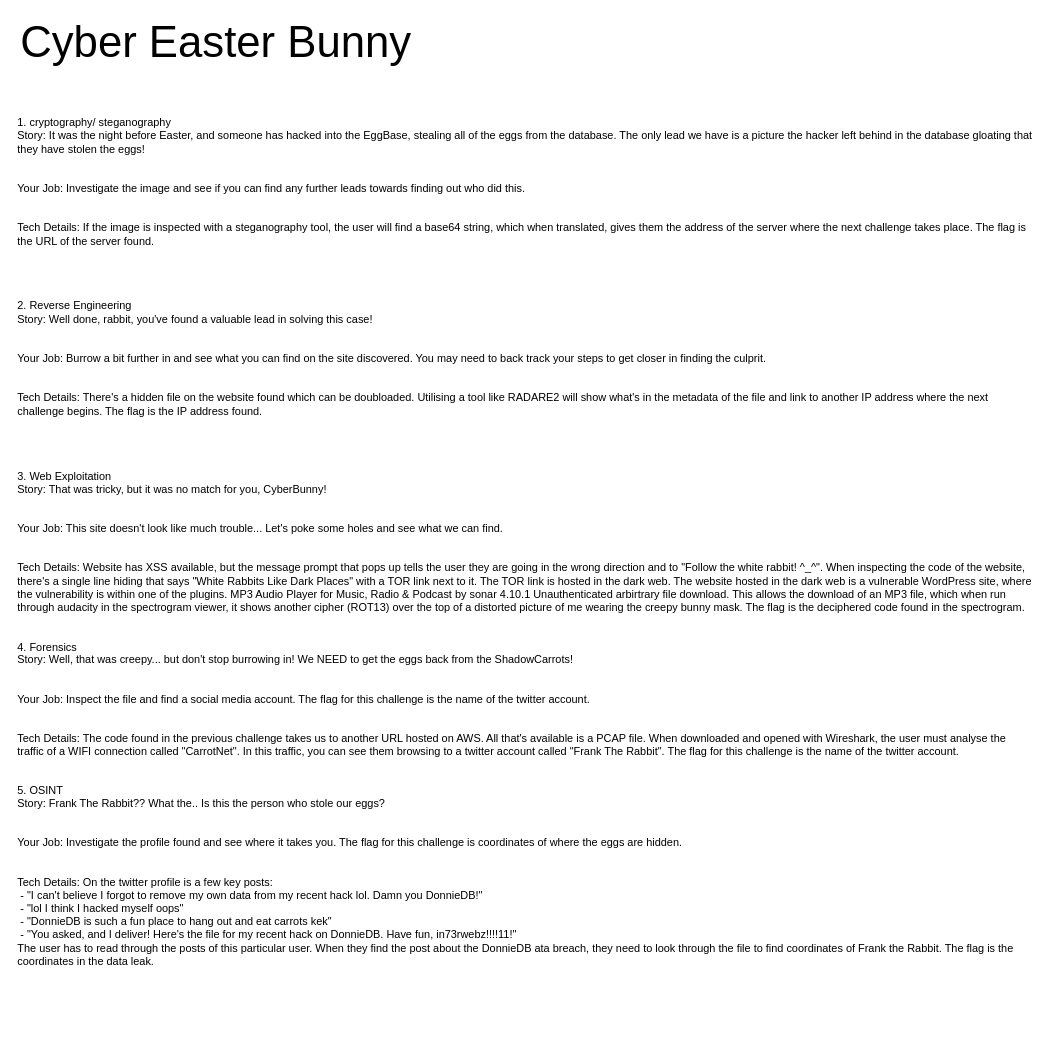
frujujuice/CTFs keeps this draw.io diagram as Cyber Easter Bunny.drawio. Above is the earlier version. Source tidied: cells renumbered, new cells numbered last; positions are measured from the earlier drawing's top-left corner, leaving out a move shared by most shapes. Both pictures are drawn from the tidied source at 91%, with x=0, y=0 at pixel (15, 28).
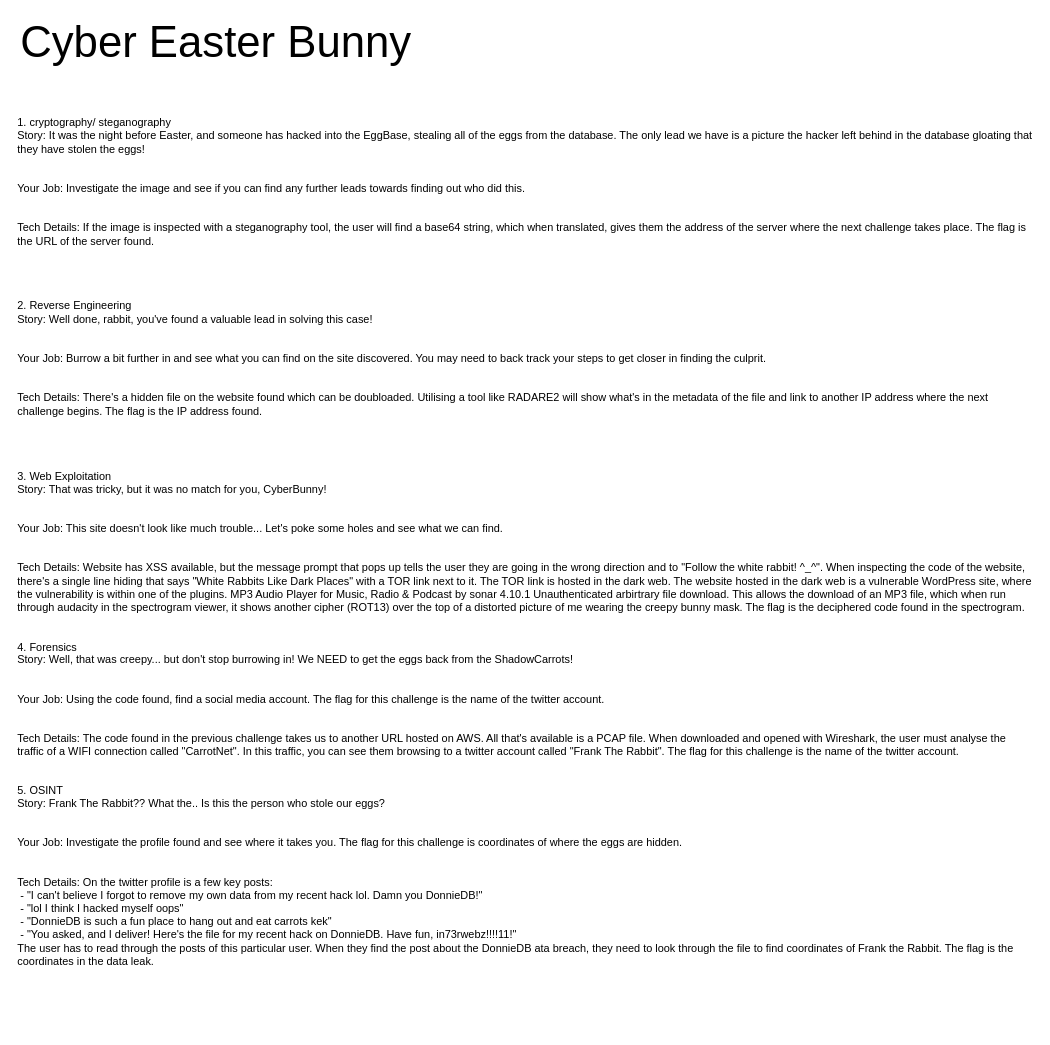
The same page after the edit.

What changed in the source:
```diff
@@
 <mxGraphModel>
   <root>
     <mxCell id="0" />
     <mxCell id="1" parent="0" />
-    <mxCell id="2" value="1. cryptography/ steganography&#10;Story: It was the night before Easter, and someone has hacked into the EggBase, stealing all of the eggs from the database. The only lead we have is a picture the hacker left behind in the database gloating that they have stolen the eggs!&#10;&#10;&#10;Your Job: Investigate the image and see if you can find any further leads towards finding out who did this.&#10;&#10;&#10;Tech Details: If the image is inspected with a steganography tool, the user will find a base64 string, which when translated, gives them the address of the server where the next challenge takes place. The flag is the URL of the server found.&#10;&#10;&#10;&#10;&#10;2. Reverse Engineering&#10;Story: Well done, rabbit, you've found a valuable lead in solving this case!&#10;&#10;&#10;Your Job: Burrow a bit further in and see what you can find on the site discovered. You may need to back track your steps to get closer in finding the culprit.&#10;&#10;&#10;Tech Details: There's a hidden file on the website found which can be doubloaded. Utilising a tool like RADARE2 will show what's in the metadata of the file and link to another IP address where the next challenge begins. The flag is the IP address found.&#10;&#10;&#10;&#10;&#10;3. Web Exploitation&#10;Story: That was tricky, but it was no match for you, CyberBunny!&#10;&#10;&#10;Your Job: This site doesn't look like much trouble... Let's poke some holes and see what we can find.&#10;&#10;&#10;Tech Details: Website has XSS available, but the message prompt that pops up tells the user they are going in the wrong direction and to &quot;Follow the white rabbit! ^_^&quot;. When inspecting the code of the website, there's a single line hiding that says &quot;White Rabbits Like Dark Places&quot; with a TOR link next to it. The TOR link is hosted in the dark web. The website hosted in the dark web is a vulnerable WordPress site, where the vulnerability is within one of the plugins. MP3 Audio Player for Music, Radio &amp; Podcast by sonar 4.10.1 Unauthenticated arbirtrary file download. This allows the download of an MP3 file, which when run through audacity in the spectrogram viewer, it shows another cipher (ROT13) over the top of a distorted picture of me wearing the creepy bunny mask. The flag is the deciphered code found in the spectrogram.&#10;&#10;&#10;4. Forensics&#10;Story: Well, that was creepy... but don't stop burrowing in! We NEED to get the eggs back from the ShadowCarrots!&#10;&#10;&#10;Your Job: Inspect the file and find a social media account. The flag for this challenge is the name of the twitter account.&#10;&#10;&#10;Tech Details: The code found in the previous challenge takes us to another URL hosted on AWS. All that's available is a PCAP file. When downloaded and opened with Wireshark, the user must analyse the traffic of a WIFI connection called &quot;CarrotNet&quot;. In this traffic, you can see them browsing to a twitter account called &quot;Frank The Rabbit&quot;. The flag for this challenge is the name of the twitter account.&#10;&#10;&#10;5. OSINT&#10;Story: Frank The Rabbit?? What the.. Is this the person who stole our eggs?&#10;&#10;&#10;Your Job: Investigate the profile found and see where it takes you. The flag for this challenge is coordinates of where the eggs are hidden.&#10;&#10;&#10;Tech Details: On the twitter profile is a few key posts:&#10; - &quot;I can't believe I forgot to remove my own data from my recent hack lol. Damn you DonnieDB!&quot;&#10; - &quot;lol I think I hacked myself oops&quot;&#10; - &quot;DonnieDB is such a fun place to hang out and eat carrots kek&quot;&#10; - &quot;You asked, and I deliver! Here's the file for my recent hack on DonnieDB. Have fun, in73rwebz!!!!11!&quot;&#10;The user has to read through the posts of this particular user. When they find the post about the DonnieDB ata breach, they need to look through the file to find coordinates of Frank the Rabbit. The flag is the coordinates in the data leak." style="text;whiteSpace=wrap;" parent="1" vertex="1">
+    <mxCell id="2" value="1. cryptography/ steganography&#10;Story: It was the night before Easter, and someone has hacked into the EggBase, stealing all of the eggs from the database. The only lead we have is a picture the hacker left behind in the database gloating that they have stolen the eggs!&#10;&#10;&#10;Your Job: Investigate the image and see if you can find any further leads towards finding out who did this.&#10;&#10;&#10;Tech Details: If the image is inspected with a steganography tool, the user will find a base64 string, which when translated, gives them the address of the server where the next challenge takes place. The flag is the URL of the server found.&#10;&#10;&#10;&#10;&#10;2. Reverse Engineering&#10;Story: Well done, rabbit, you've found a valuable lead in solving this case!&#10;&#10;&#10;Your Job: Burrow a bit further in and see what you can find on the site discovered. You may need to back track your steps to get closer in finding the culprit.&#10;&#10;&#10;Tech Details: There's a hidden file on the website found which can be doubloaded. Utilising a tool like RADARE2 will show what's in the metadata of the file and link to another IP address where the next challenge begins. The flag is the IP address found.&#10;&#10;&#10;&#10;&#10;3. Web Exploitation&#10;Story: That was tricky, but it was no match for you, CyberBunny!&#10;&#10;&#10;Your Job: This site doesn't look like much trouble... Let's poke some holes and see what we can find.&#10;&#10;&#10;Tech Details: Website has XSS available, but the message prompt that pops up tells the user they are going in the wrong direction and to &quot;Follow the white rabbit! ^_^&quot;. When inspecting the code of the website, there's a single line hiding that says &quot;White Rabbits Like Dark Places&quot; with a TOR link next to it. The TOR link is hosted in the dark web. The website hosted in the dark web is a vulnerable WordPress site, where the vulnerability is within one of the plugins. MP3 Audio Player for Music, Radio &amp; Podcast by sonar 4.10.1 Unauthenticated arbirtrary file download. This allows the download of an MP3 file, which when run through audacity in the spectrogram viewer, it shows another cipher (ROT13) over the top of a distorted picture of me wearing the creepy bunny mask. The flag is the deciphered code found in the spectrogram.&#10;&#10;&#10;4. Forensics&#10;Story: Well, that was creepy... but don't stop burrowing in! We NEED to get the eggs back from the ShadowCarrots!&#10;&#10;&#10;Your Job: Using the code found, find a social media account. The flag for this challenge is the name of the twitter account.&#10;&#10;&#10;Tech Details: The code found in the previous challenge takes us to another URL hosted on AWS. All that's available is a PCAP file. When downloaded and opened with Wireshark, the user must analyse the traffic of a WIFI connection called &quot;CarrotNet&quot;. In this traffic, you can see them browsing to a twitter account called &quot;Frank The Rabbit&quot;. The flag for this challenge is the name of the twitter account.&#10;&#10;&#10;5. OSINT&#10;Story: Frank The Rabbit?? What the.. Is this the person who stole our eggs?&#10;&#10;&#10;Your Job: Investigate the profile found and see where it takes you. The flag for this challenge is coordinates of where the eggs are hidden.&#10;&#10;&#10;Tech Details: On the twitter profile is a few key posts:&#10; - &quot;I can't believe I forgot to remove my own data from my recent hack lol. Damn you DonnieDB!&quot;&#10; - &quot;lol I think I hacked myself oops&quot;&#10; - &quot;DonnieDB is such a fun place to hang out and eat carrots kek&quot;&#10; - &quot;You asked, and I deliver! Here's the file for my recent hack on DonnieDB. Have fun, in73rwebz!!!!11!&quot;&#10;The user has to read through the posts of this particular user. When they find the post about the DonnieDB ata breach, they need to look through the file to find coordinates of Frank the Rabbit. The flag is the coordinates in the data leak." style="text;whiteSpace=wrap;" parent="1" vertex="1">
       <mxGeometry y="90" width="1120" height="1010" as="geometry" />
     </mxCell>
     <mxCell id="3" value="&lt;font style=&quot;font-size: 48px;&quot;&gt;Cyber Easter Bunny&lt;/font&gt;" style="text;html=1;align=center;verticalAlign=middle;whiteSpace=wrap;rounded=0;" parent="1" vertex="1">
       <mxGeometry width="440" height="30" as="geometry" />
     </mxCell>
   </root>
 </mxGraphModel>
```
